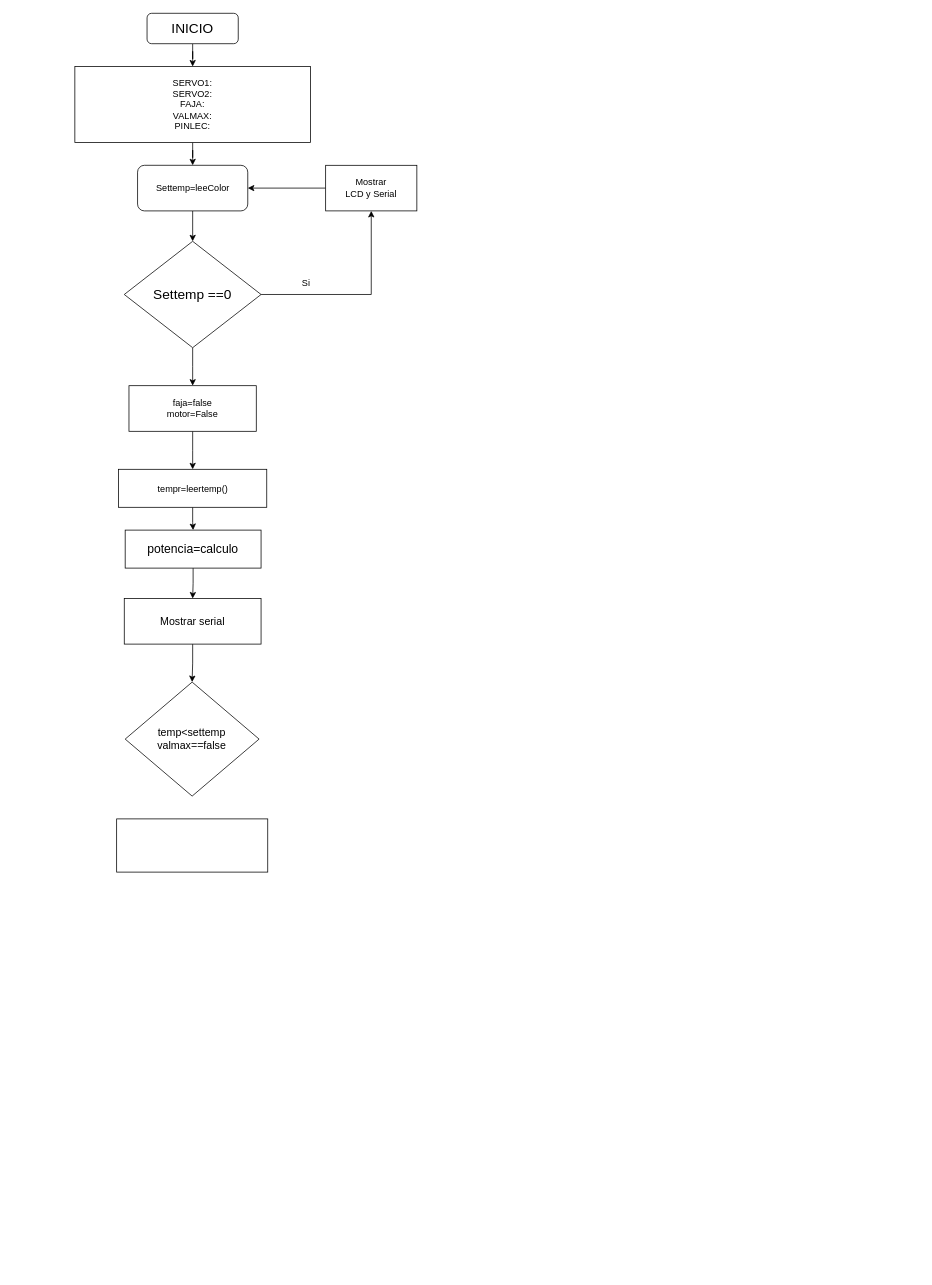
Haroldajnp21/Faja_embebidos_UPAO keeps this draw.io diagram as Diagrama_d_flujo.drawio. Above is the earlier version. Source tidied: cells renumbered, new cells numbered last; positions are measured from the earlier drawing's top-left corner, leaving out a move shared by most shapes. Both pictures are drawn from the tidied source at 76%, with x=0, y=0 at pixel (74, 13).
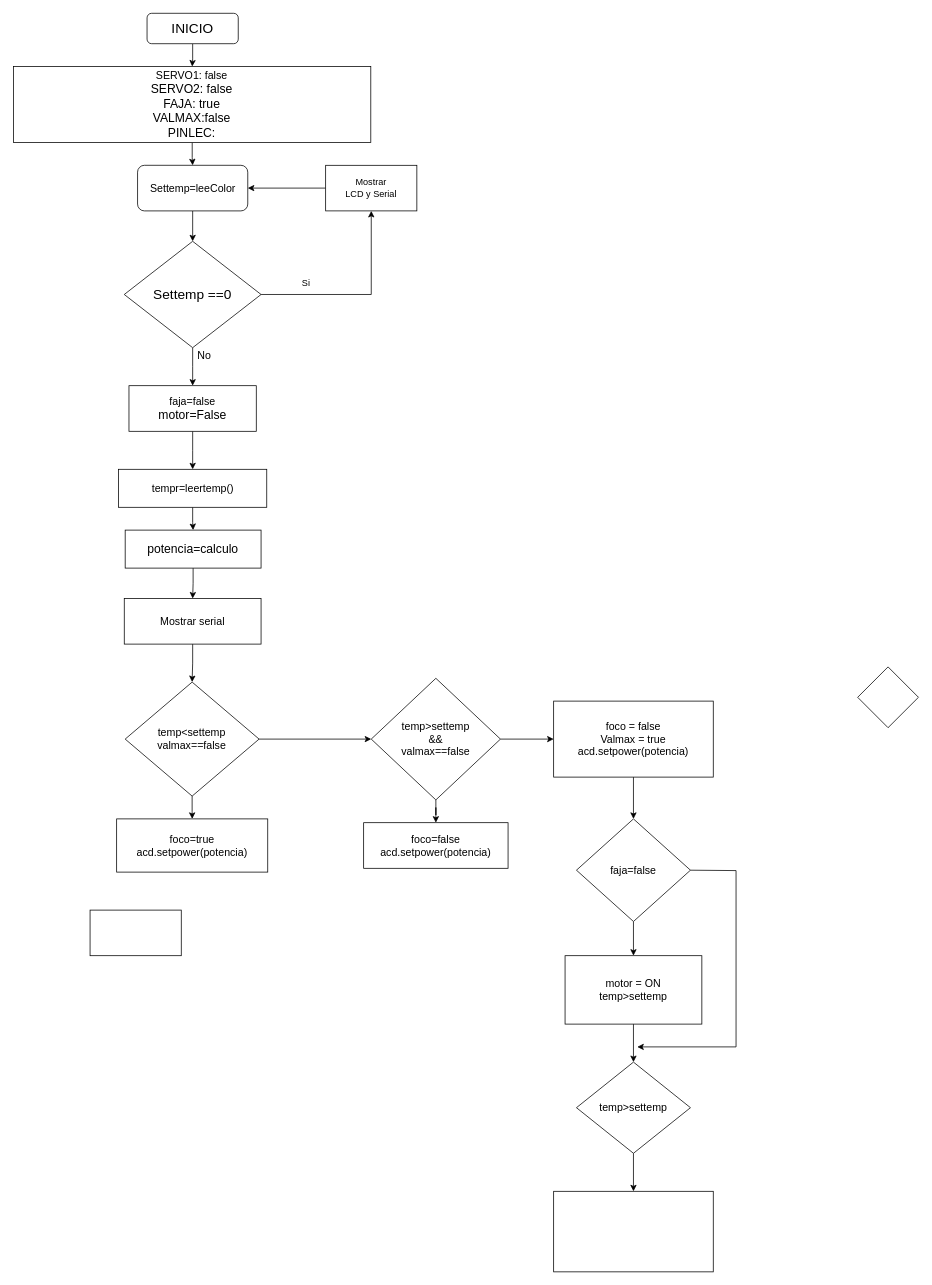
After the change.

Unchanged cells that the change refers to:
```xml
<mxCell id="22" value="&lt;div&gt;temp&amp;lt;settemp&lt;/div&gt;&lt;div&gt;valmax==false&lt;br&gt;&lt;/div&gt;" style="rhombus;whiteSpace=wrap;html=1;fontSize=14;" parent="1" vertex="1">
  <mxGeometry x="66.2" y="880" width="176.2" height="150" as="geometry" />
</mxCell>
```

What changed in the source:
```diff
@@
-    <mxCell id="5" value="&lt;div&gt;SERVO1:&lt;/div&gt;&lt;div&gt;SERVO2:&lt;br&gt;&lt;/div&gt;&lt;div&gt;FAJA:&lt;/div&gt;&lt;div&gt;VALMAX:&lt;/div&gt;&lt;div&gt;PINLEC:&lt;br&gt;&lt;/div&gt;" style="rounded=0;whiteSpace=wrap;html=1;" parent="1" vertex="1">
-      <mxGeometry y="70" width="310" height="100" as="geometry" />
+    <mxCell id="5" value="&lt;div&gt;&lt;font style=&quot;font-size: 14px;&quot;&gt;SERVO1: false&lt;br&gt;&lt;/font&gt;&lt;/div&gt;&lt;div&gt;&lt;font size=&quot;3&quot;&gt;SERVO2: false&lt;br&gt;&lt;/font&gt;&lt;/div&gt;&lt;div&gt;&lt;font size=&quot;3&quot;&gt;FAJA: true&lt;br&gt;&lt;/font&gt;&lt;/div&gt;&lt;div&gt;&lt;font size=&quot;3&quot;&gt;VALMAX:false&lt;/font&gt;&lt;/div&gt;&lt;div&gt;&lt;font size=&quot;3&quot;&gt;PINLEC: &lt;br&gt;&lt;/font&gt;&lt;/div&gt;" style="rounded=0;whiteSpace=wrap;html=1;" parent="1" vertex="1">
+      <mxGeometry x="-80.6" y="70" width="470" height="100" as="geometry" />
     </mxCell>
@@
-    <mxCell id="7" value="Settemp=leeColor" style="rounded=1;whiteSpace=wrap;html=1;" parent="1" vertex="1">
+    <mxCell id="7" value="&lt;font style=&quot;font-size: 14px;&quot;&gt;Settemp=leeColor&lt;/font&gt;" style="rounded=1;whiteSpace=wrap;html=1;" parent="1" vertex="1">
       <mxGeometry x="82.5" y="200" width="145" height="60" as="geometry" />
     </mxCell>
@@
-    <mxCell id="15" value="&lt;div&gt;faja=false&lt;/div&gt;&lt;div&gt;motor=False&lt;br&gt;&lt;/div&gt;" style="rounded=0;whiteSpace=wrap;html=1;" parent="1" vertex="1">
+    <mxCell id="15" value="&lt;div&gt;&lt;font style=&quot;font-size: 14px;&quot;&gt;faja=false&lt;/font&gt;&lt;/div&gt;&lt;div&gt;&lt;font size=&quot;3&quot;&gt;motor=False&lt;br&gt;&lt;/font&gt;&lt;/div&gt;" style="rounded=0;whiteSpace=wrap;html=1;" parent="1" vertex="1">
       <mxGeometry x="71.2" y="490" width="167.5" height="60" as="geometry" />
     </mxCell>
@@
-    <mxCell id="17" value="&lt;font style=&quot;font-size: 12px;&quot;&gt;tempr=leertemp()&lt;/font&gt;" style="rounded=0;whiteSpace=wrap;html=1;fontSize=18;" parent="1" vertex="1">
+    <mxCell id="17" value="&lt;font style=&quot;font-size: 14px;&quot;&gt;tempr=leertemp()&lt;/font&gt;" style="rounded=0;whiteSpace=wrap;html=1;fontSize=18;" parent="1" vertex="1">
       <mxGeometry x="57.5" y="600" width="195" height="50" as="geometry" />
     </mxCell>
@@
+    <mxCell id="24" style="edgeStyle=orthogonalEdgeStyle;rounded=0;jettySize=auto;html=1;fontSize=14;" parent="1" edge="1" source="22" target="23">
+      <mxGeometry relative="1" as="geometry" />
+    </mxCell>
+    <mxCell id="25" style="edgeStyle=orthogonalEdgeStyle;rounded=0;jettySize=auto;html=1;fontSize=14;" parent="1" edge="1" source="22" target="28">
+      <mxGeometry relative="1" as="geometry" />
+    </mxCell>
@@
-    <mxCell id="23" style="rounded=0;whiteSpace=wrap;html=1;fontSize=14;" parent="1" vertex="1">
+    <mxCell id="23" value="&lt;div&gt;foco=true &lt;br&gt;&lt;/div&gt;&lt;div&gt;acd.setpower(potencia)&lt;br&gt;&lt;/div&gt;" style="rounded=0;whiteSpace=wrap;html=1;fontSize=14;" parent="1" vertex="1">
       <mxGeometry x="55" y="1060" width="198.8" height="70" as="geometry" />
     </mxCell>
+    <mxCell id="26" style="edgeStyle=orthogonalEdgeStyle;rounded=0;jettySize=auto;html=1;fontSize=14;" parent="1" edge="1" source="28" target="29">
+      <mxGeometry relative="1" as="geometry" />
+    </mxCell>
+    <mxCell id="27" style="edgeStyle=orthogonalEdgeStyle;rounded=0;jettySize=auto;html=1;fontSize=14;" parent="1" edge="1" source="28" target="31">
+      <mxGeometry relative="1" as="geometry" />
+    </mxCell>
+    <mxCell id="28" value="&lt;div&gt;temp&amp;gt;settemp&lt;/div&gt;&lt;div&gt;&amp;amp;&amp;amp;&lt;/div&gt;&lt;div&gt;valmax==false&lt;br&gt;&lt;/div&gt;" style="rhombus;whiteSpace=wrap;html=1;fontSize=14;" parent="1" vertex="1">
+      <mxGeometry x="390" y="875" width="170" height="160" as="geometry" />
+    </mxCell>
+    <mxCell id="29" value="&lt;div&gt;foco=false&lt;/div&gt;&lt;div&gt;acd.setpower(potencia)&lt;br&gt;&lt;/div&gt;" style="rounded=0;whiteSpace=wrap;html=1;fontSize=14;" parent="1" vertex="1">
+      <mxGeometry x="380" y="1065" width="190" height="60" as="geometry" />
+    </mxCell>
+    <mxCell id="30" style="edgeStyle=orthogonalEdgeStyle;rounded=0;jettySize=auto;html=1;fontSize=14;" parent="1" edge="1" source="31" target="36">
+      <mxGeometry relative="1" as="geometry" />
+    </mxCell>
+    <mxCell id="31" value="&lt;div&gt;foco = false &lt;br&gt;&lt;/div&gt;&lt;div&gt;Valmax = true&lt;br&gt;&lt;/div&gt;&lt;div&gt;acd.setpower(potencia)&lt;br&gt;&lt;/div&gt;" style="rounded=0;whiteSpace=wrap;html=1;fontSize=14;" parent="1" vertex="1">
+      <mxGeometry x="630" y="905" width="210" height="100" as="geometry" />
+    </mxCell>
+    <mxCell id="32" style="edgeStyle=orthogonalEdgeStyle;rounded=0;jettySize=auto;html=1;fontSize=14;" parent="1" edge="1" source="33" target="42">
+      <mxGeometry relative="1" as="geometry" />
+    </mxCell>
+    <mxCell id="33" value="temp&amp;gt;settemp" style="rhombus;whiteSpace=wrap;html=1;fontSize=14;" parent="1" vertex="1">
+      <mxGeometry x="660" y="1380" width="150" height="120" as="geometry" />
+    </mxCell>
+    <mxCell id="34" style="rounded=0;whiteSpace=wrap;html=1;fontSize=14;" parent="1" vertex="1">
+      <mxGeometry x="20" y="1180" width="120" height="60" as="geometry" />
+    </mxCell>
+    <mxCell id="35" style="edgeStyle=orthogonalEdgeStyle;rounded=0;jettySize=auto;html=1;fontSize=14;" parent="1" edge="1" source="36" target="40">
+      <mxGeometry relative="1" as="geometry" />
+    </mxCell>
+    <mxCell id="36" value="faja=false" style="rhombus;whiteSpace=wrap;html=1;fontSize=14;" parent="1" vertex="1">
+      <mxGeometry x="660" y="1060" width="150" height="135" as="geometry" />
+    </mxCell>
+    <mxCell id="37" style="rhombus;whiteSpace=wrap;html=1;fontSize=14;" parent="1" vertex="1">
+      <mxGeometry x="1030" y="860" width="80" height="80" as="geometry" />
+    </mxCell>
+    <mxCell id="38" value="No" style="text;html=1;align=center;verticalAlign=middle;strokeColor=none;fillColor=none;fontSize=14;" parent="1" vertex="1">
+      <mxGeometry x="150" y="435" width="40" height="30" as="geometry" />
+    </mxCell>
+    <mxCell id="39" style="edgeStyle=orthogonalEdgeStyle;rounded=0;jettySize=auto;html=1;fontSize=14;" parent="1" edge="1" source="40" target="33">
+      <mxGeometry relative="1" as="geometry" />
+    </mxCell>
+    <mxCell id="40" value="&lt;div&gt;motor = ON&lt;/div&gt;&lt;div&gt;temp&amp;gt;settemp&lt;br&gt;&lt;/div&gt;" style="rounded=0;whiteSpace=wrap;html=1;fontSize=14;" parent="1" vertex="1">
+      <mxGeometry x="645" y="1240" width="180" height="90" as="geometry" />
+    </mxCell>
+    <mxCell id="41" style="endArrow=classic;html=1;rounded=0;fontSize=14;exitX=1;exitY=0.5;exitDx=0;exitDy=0;" parent="1" edge="1" source="36">
+      <mxGeometry relative="1" as="geometry">
+        <mxPoint x="740" y="1360" as="targetPoint" />
+        <Array as="points">
+          <mxPoint x="870" y="1128" />
+          <mxPoint x="870" y="1360" />
+        </Array>
+      </mxGeometry>
+    </mxCell>
+    <mxCell id="42" style="rounded=0;whiteSpace=wrap;html=1;fontSize=14;" parent="1" vertex="1">
+      <mxGeometry x="630" y="1550" width="210" height="106" as="geometry" />
+    </mxCell>
```
